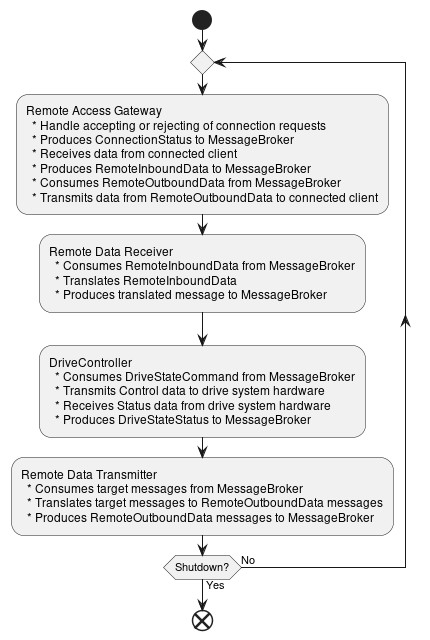
This is design/service-flow.png from The-Arkitekt/the-robot, a PlantUML export, as it was before one commit. The source it was exported from:
```plantuml
@startuml

start

repeat
:Remote Access Gateway
  * Handle accepting or rejecting of connection requests
  * Produces ConnectionStatus to MessageBroker
  * Receives data from connected client
  * Produces RemoteInboundData to MessageBroker
  * Consumes RemoteOutboundData from MessageBroker
  * Transmits data from RemoteOutboundData to connected client;

:Remote Data Receiver
  * Consumes RemoteInboundData from MessageBroker
  * Translates RemoteInboundData
  * Produces translated message to MessageBroker;

:DriveController
  * Consumes DriveStateCommand from MessageBroker
  * Transmits Control data to drive system hardware
  * Receives Status data from drive system hardware
  * Produces DriveStateStatus to MessageBroker;

:Remote Data Transmitter
  * Consumes target messages from MessageBroker
  * Translates target messages to RemoteOutboundData messages
  * Produces RemoteOutboundData messages to MessageBroker;

repeat while (Shutdown?) is (No) not (Yes)

end

@enduml
```
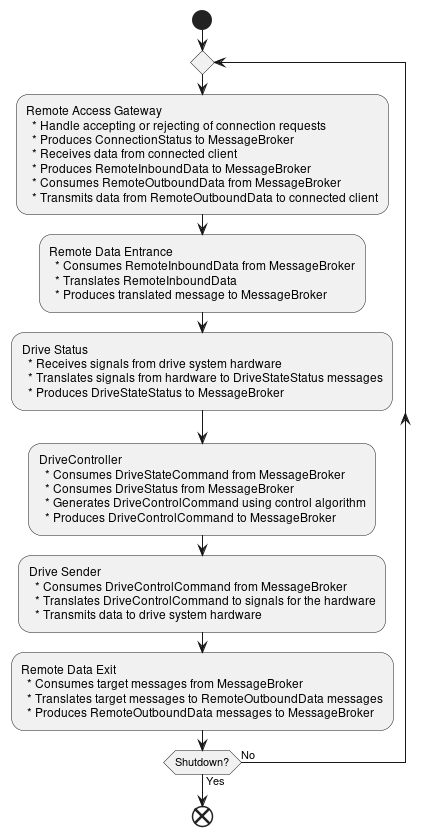
The same file after the commit.

Diff of the diagram source:
```diff
@@ -11,18 +11,28 @@
   * Consumes RemoteOutboundData from MessageBroker
   * Transmits data from RemoteOutboundData to connected client;
 
-:Remote Data Receiver
+:Remote Data Entrance
   * Consumes RemoteInboundData from MessageBroker
   * Translates RemoteInboundData
   * Produces translated message to MessageBroker;
 
+:Drive Status
+  * Receives signals from drive system hardware
+  * Translates signals from hardware to DriveStateStatus messages
+  * Produces DriveStateStatus to MessageBroker;
+
 :DriveController
   * Consumes DriveStateCommand from MessageBroker
-  * Transmits Control data to drive system hardware
-  * Receives Status data from drive system hardware
-  * Produces DriveStateStatus to MessageBroker;
+  * Consumes DriveStatus from MessageBroker
+  * Generates DriveControlCommand using control algorithm
+  * Produces DriveControlCommand to MessageBroker;
 
-:Remote Data Transmitter
+:Drive Sender
+  * Consumes DriveControlCommand from MessageBroker
+  * Translates DriveControlCommand to signals for the hardware
+  * Transmits data to drive system hardware;
+
+:Remote Data Exit
   * Consumes target messages from MessageBroker
   * Translates target messages to RemoteOutboundData messages
   * Produces RemoteOutboundData messages to MessageBroker;
```
